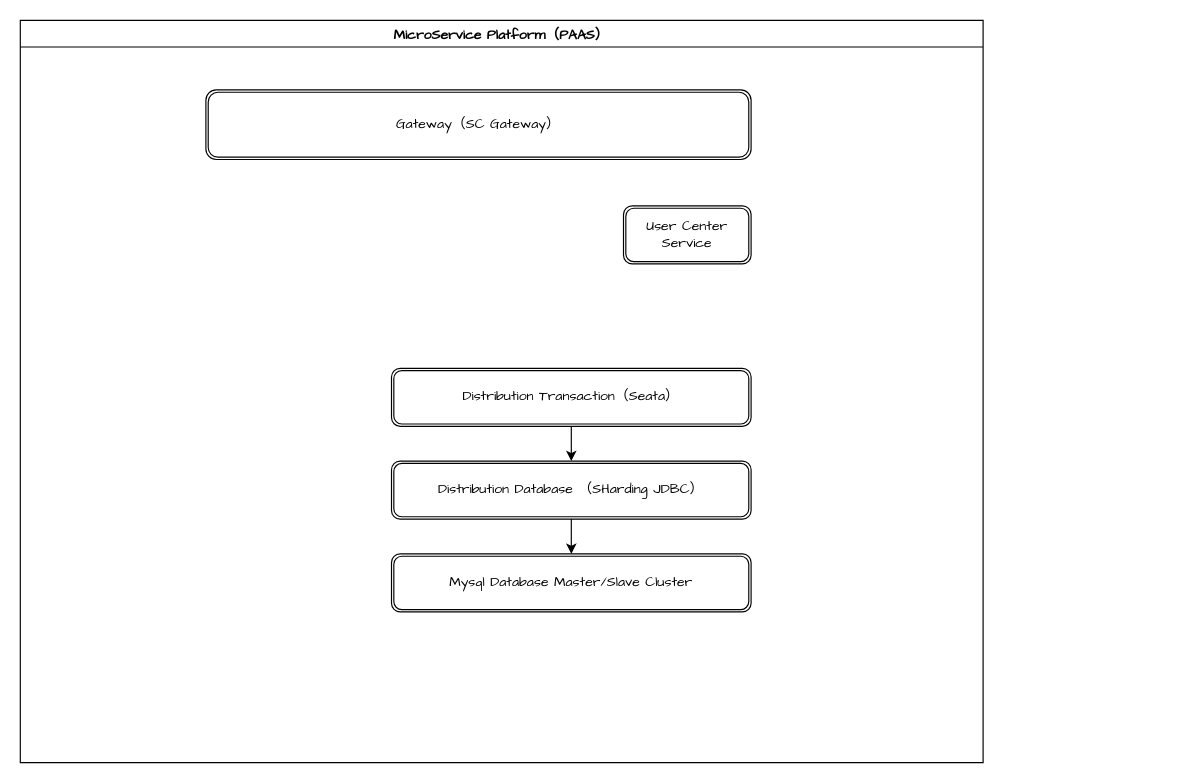
Above: wildgoose.drawio in DiscoverCZY/diagrams (draw.io), before the change. Source tidied: cells renumbered, new cells numbered last; positions are measured from the earlier drawing's top-left corner, leaving out a move shared by most shapes. Both pictures are drawn from the tidied source at 116%, with x=0, y=0 at pixel (20, 20).
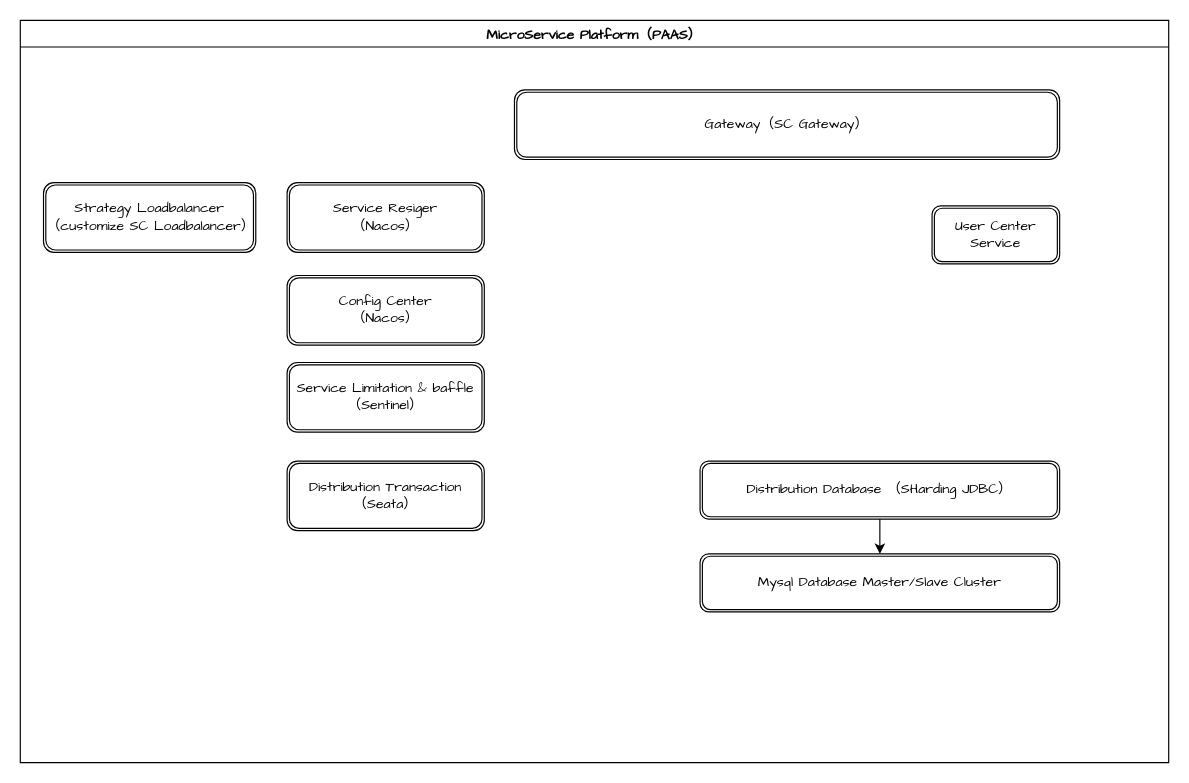
The same diagram, later.

Diff of the diagram source:
```diff
@@
 <mxGraphModel>
   <root>
     <mxCell id="0" />
     <mxCell id="1" parent="0" />
     <mxCell id="2" value="MicroService Platform（PAAS）" style="swimlane;rounded=0;glass=0;labelBorderColor=none;fontFamily=Comic Sans MS;" parent="1" vertex="1">
-      <mxGeometry width="830" height="640" as="geometry" />
+      <mxGeometry width="990" height="640" as="geometry" />
     </mxCell>
     <mxCell id="3" value="Gateway（SC Gateway）" style="shape=ext;double=1;rounded=1;whiteSpace=wrap;html=1;glass=0;labelBorderColor=none;fontFamily=Comic Sans MS;" parent="2" vertex="1">
-      <mxGeometry x="160" y="60" width="470" height="60" as="geometry" />
+      <mxGeometry x="426" y="60" width="470" height="60" as="geometry" />
     </mxCell>
     <mxCell id="4" value="User Center Service" style="shape=ext;double=1;rounded=1;whiteSpace=wrap;html=1;glass=0;labelBorderColor=none;fontFamily=Comic Sans MS;" parent="2" vertex="1">
-      <mxGeometry x="520" y="160" width="110" height="50" as="geometry" />
+      <mxGeometry x="786" y="160" width="110" height="50" as="geometry" />
     </mxCell>
-    <mxCell id="5" style="edgeStyle=orthogonalEdgeStyle;rounded=0;sketch=0;jettySize=auto;html=1;labelBorderColor=none;fontFamily=Comic Sans MS;" parent="2" edge="1" source="6" target="8">
-      <mxGeometry relative="1" as="geometry" />
-    </mxCell>
-    <mxCell id="6" value="Distribution Transaction（Seata）" style="shape=ext;double=1;rounded=1;whiteSpace=wrap;html=1;glass=0;labelBorderColor=none;fontFamily=Comic Sans MS;" parent="2" vertex="1">
-      <mxGeometry x="320" y="300" width="310" height="50" as="geometry" />
-    </mxCell>
     <mxCell id="7" style="edgeStyle=orthogonalEdgeStyle;rounded=0;sketch=0;jettySize=auto;html=1;labelBorderColor=none;fontFamily=Comic Sans MS;" parent="2" edge="1" source="8" target="9">
       <mxGeometry relative="1" as="geometry" />
     </mxCell>
     <mxCell id="8" value="Distribution Database （SHarding JDBC）" style="shape=ext;double=1;rounded=1;whiteSpace=wrap;html=1;glass=0;labelBorderColor=none;fontFamily=Comic Sans MS;" parent="2" vertex="1">
-      <mxGeometry x="320" y="380" width="310" height="50" as="geometry" />
+      <mxGeometry x="586" y="380" width="310" height="50" as="geometry" />
     </mxCell>
     <mxCell id="9" value="Mysql Database Master/Slave Cluster" style="shape=ext;double=1;rounded=1;whiteSpace=wrap;html=1;glass=0;labelBorderColor=none;fontFamily=Comic Sans MS;" parent="2" vertex="1">
-      <mxGeometry x="320" y="460" width="310" height="50" as="geometry" />
+      <mxGeometry x="586" y="460" width="310" height="50" as="geometry" />
     </mxCell>
+    <mxCell id="10" value="Service Resiger&lt;br&gt;（Nacos）" style="shape=ext;double=1;rounded=1;whiteSpace=wrap;html=1;glass=0;labelBorderColor=none;fontFamily=Comic Sans MS;" parent="2" vertex="1">
+      <mxGeometry x="230" y="140" width="170" height="60" as="geometry" />
+    </mxCell>
+    <mxCell id="11" value="Config Center&lt;br&gt;（Nacos）" style="shape=ext;double=1;rounded=1;whiteSpace=wrap;html=1;glass=0;labelBorderColor=none;fontFamily=Comic Sans MS;" parent="2" vertex="1">
+      <mxGeometry x="230" y="220" width="170" height="60" as="geometry" />
+    </mxCell>
+    <mxCell id="12" value="Service&amp;nbsp;Limitation &amp;amp; baffle&lt;br&gt;（Sentinel）" style="shape=ext;double=1;rounded=1;whiteSpace=wrap;html=1;glass=0;labelBorderColor=none;fontFamily=Comic Sans MS;" parent="2" vertex="1">
+      <mxGeometry x="230" y="295" width="170" height="60" as="geometry" />
+    </mxCell>
+    <mxCell id="6" value="Distribution Transaction（Seata）" style="shape=ext;double=1;rounded=1;whiteSpace=wrap;html=1;glass=0;labelBorderColor=none;fontFamily=Comic Sans MS;" parent="2" vertex="1">
+      <mxGeometry x="230" y="380" width="170" height="60" as="geometry" />
+    </mxCell>
+    <mxCell id="13" value="Strategy Loadbalancer&lt;br&gt;（customize SC Loadbalancer）" style="shape=ext;double=1;rounded=1;whiteSpace=wrap;html=1;glass=0;labelBorderColor=none;fontFamily=Comic Sans MS;" parent="2" vertex="1">
+      <mxGeometry x="20" y="140" width="183" height="60" as="geometry" />
+    </mxCell>
   </root>
 </mxGraphModel>
```
